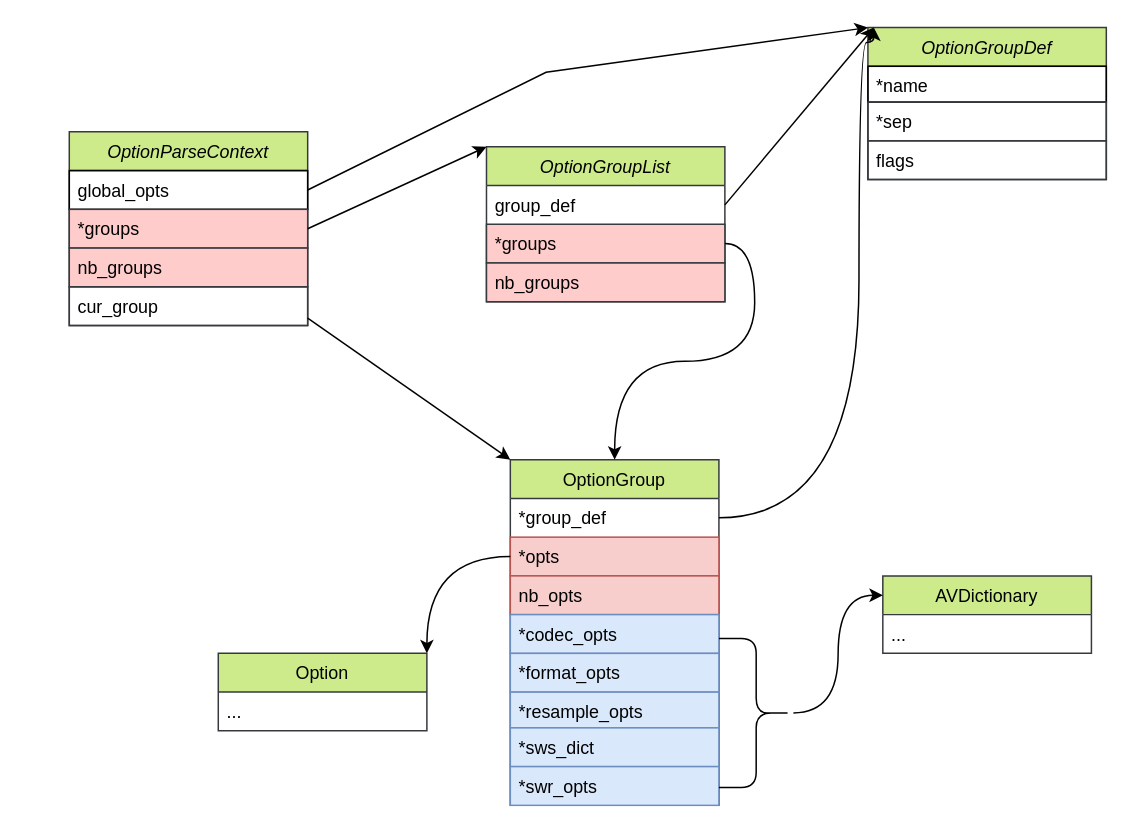
This is ffmpeg.drawio from qiaoshouxing/draw.io, a draw.io file, before an edit. Source tidied: cells renumbered, new cells numbered last; positions are measured from the earlier drawing's top-left corner, leaving out a move shared by most shapes. Both pictures are drawn from the tidied source at 149%, with x=0, y=0 at pixel (69, 27).
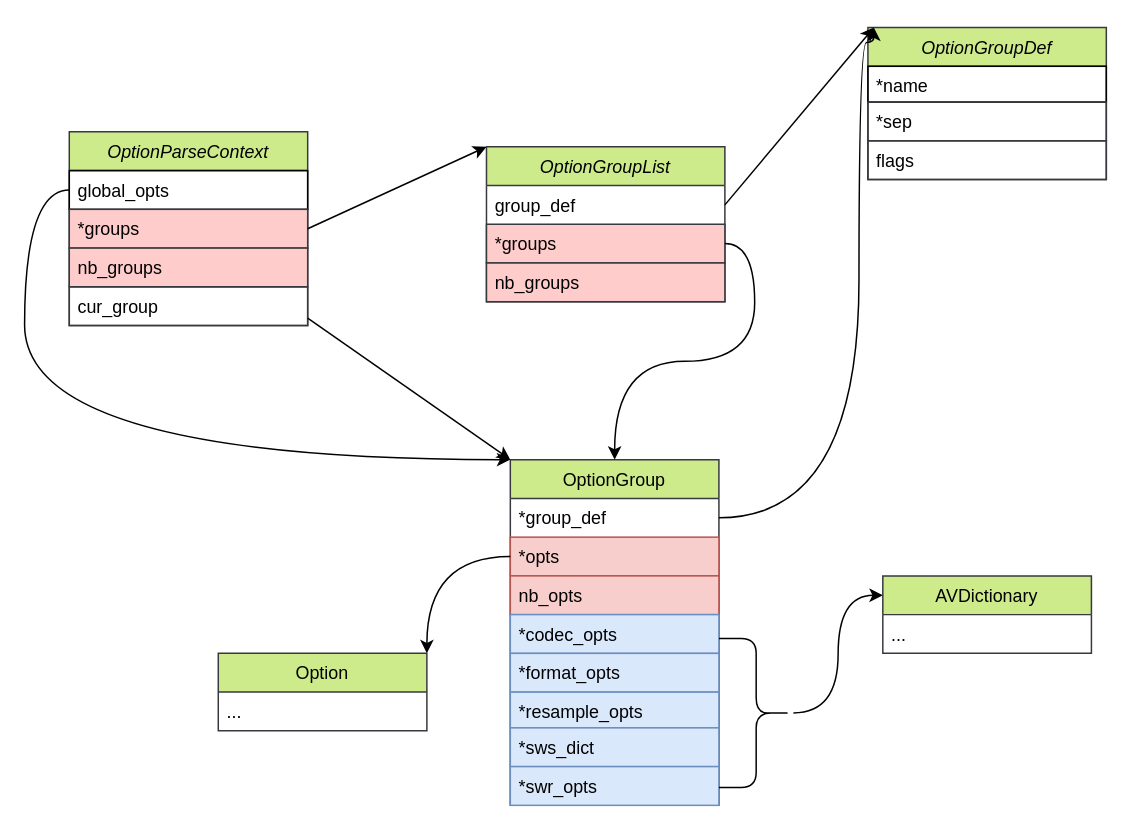
After the change.

Unchanged cells that the change refers to:
```xml
<mxCell id="3" value="global_opts" style="text;align=left;verticalAlign=top;spacingLeft=4;spacingRight=4;overflow=hidden;points=[[0,0.5],[1,0.5]];portConstraint=eastwest;strokeColor=#000000;" parent="2" vertex="1">
  <mxGeometry y="26" width="160" height="26" as="geometry" />
</mxCell>
<mxCell id="12" value="OptionGroup" style="swimlane;fontStyle=0;horizontal=1;startSize=26;fillColor=#cdeb8b;strokeColor=#36393d;" parent="1" vertex="1">
  <mxGeometry x="296" y="290" width="140" height="232" as="geometry" />
</mxCell>
<mxCell id="30" value="OptionGroupDef" style="swimlane;fontStyle=2;align=center;verticalAlign=top;horizontal=1;startSize=26;rounded=0;shadow=0;strokeWidth=1;fillColor=#cdeb8b;strokeColor=#36393d;" parent="1" vertex="1">
  <mxGeometry x="536" width="160" height="102" as="geometry" />
</mxCell>
```

Change to the diagram source:
```diff
@@
-    <mxCell id="34" style="edgeStyle=none;rounded=0;jettySize=auto;html=1;entryX=0;entryY=0;entryDx=0;entryDy=0;exitX=1;exitY=0.5;exitDx=0;exitDy=0;" parent="1" edge="1" source="3" target="30">
-      <mxGeometry relative="1" as="geometry">
-        <Array as="points">
-          <mxPoint x="320" y="30" />
-        </Array>
-      </mxGeometry>
-    </mxCell>
@@
+    <mxCell id="37" style="edgeStyle=orthogonalEdgeStyle;curved=1;rounded=0;jettySize=auto;html=1;entryX=0;entryY=0;entryDx=0;entryDy=0;exitX=0;exitY=0.5;exitDx=0;exitDy=0;" parent="1" edge="1" source="3" target="12">
+      <mxGeometry relative="1" as="geometry">
+        <Array as="points">
+          <mxPoint x="-30" y="109" />
+          <mxPoint x="-30" y="290" />
+        </Array>
+      </mxGeometry>
+    </mxCell>
```
